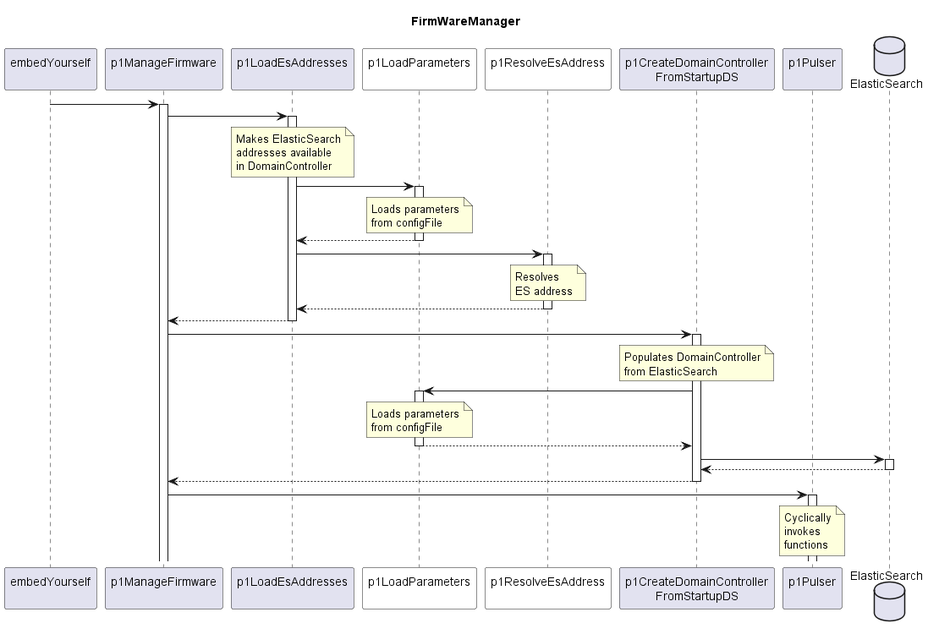
Before: spec/diagrams/hl_sequence.png, a diagram exported from PlantUML (openBackhaul/FirmWareManager).
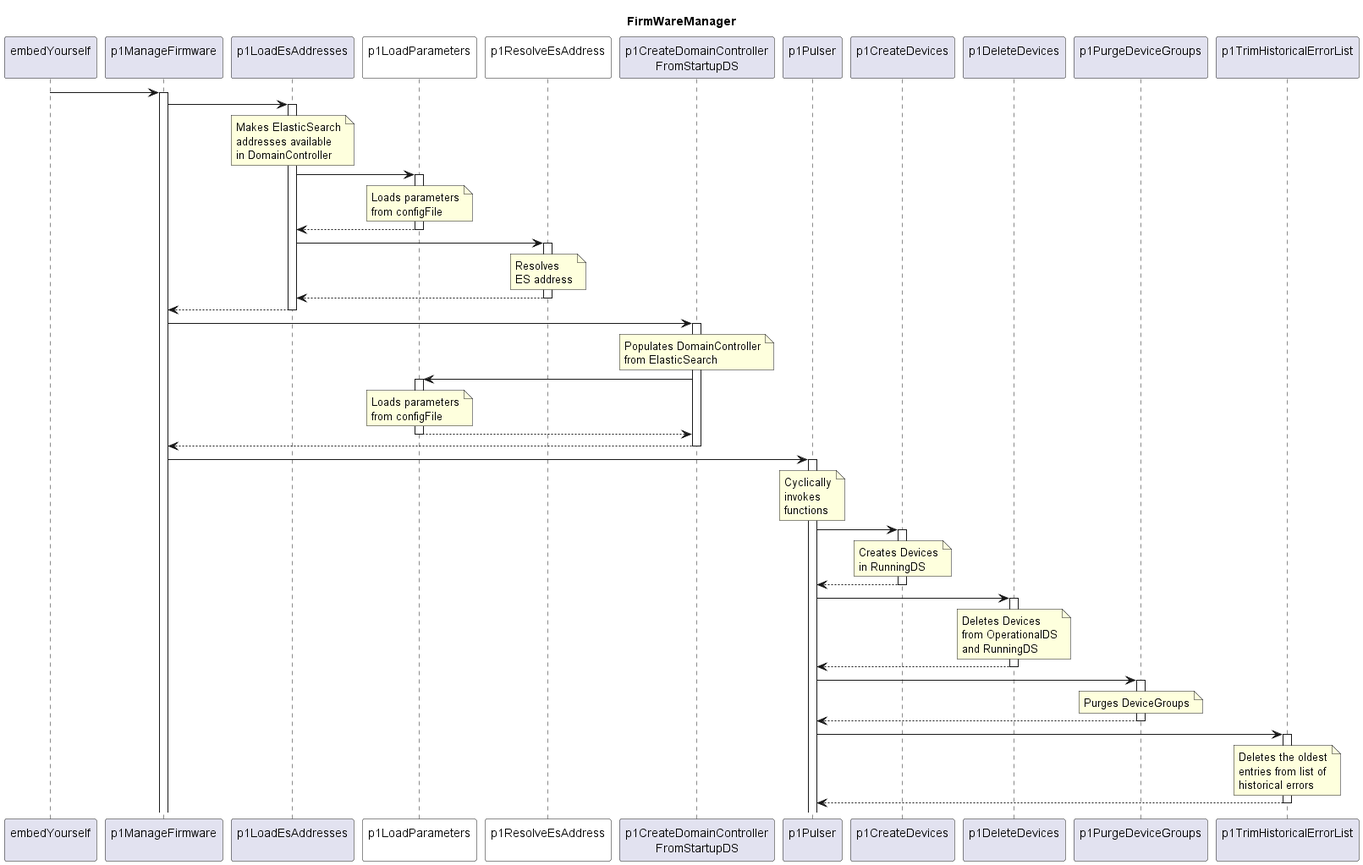
Later version of the same file.

Change to the diagram source:
```diff
@@ -12,7 +12,10 @@
 participant "p1ResolveEsAddress\n" as p1REA #White
 participant "p1CreateDomainController\nFromStartupDS" as p1CDCFS
 participant "p1Pulser\n" as p1Puls
-database "ElasticSearch" as FwmEs
+participant "p1CreateDevices\n" as p1CreDev
+participant "p1DeleteDevices\n" as p1DelDev
+participant "p1PurgeDeviceGroups\n" as p1PurDevGr
+participant "p1TrimHistoricalErrorList\n" as p1TrimErrors
 
 embed -> p1ManaFw
 activate p1ManaFw
@@ -57,10 +60,6 @@
       end note
     p1CDCFS <-- p1LP
     deactivate p1LP
-    p1CDCFS -> FwmEs
-    activate FwmEs
-    p1CDCFS <-- FwmEs
-    deactivate FwmEs
   p1ManaFw <-- p1CDCFS
   deactivate p1CDCFS
 
@@ -72,4 +71,41 @@
       functions
     end note
 
+      p1Puls -> p1CreDev
+      activate p1CreDev
+        note over p1CreDev
+          Creates Devices
+          in RunningDS
+        end note
+      p1Puls <-- p1CreDev
+      deactivate p1CreDev
+
+      p1Puls -> p1DelDev
+      activate p1DelDev
+        note over p1DelDev
+          Deletes Devices
+          from OperationalDS
+          and RunningDS
+        end note
+      p1Puls <-- p1DelDev
+      deactivate p1DelDev
+
+      p1Puls -> p1PurDevGr
+      activate p1PurDevGr
+        note over p1PurDevGr
+          Purges DeviceGroups
+        end note
+      p1Puls <-- p1PurDevGr
+      deactivate p1PurDevGr
+
+      p1Puls -> p1TrimErrors
+      activate p1TrimErrors
+        note over p1TrimErrors
+          Deletes the oldest
+          entries from list of
+          historical errors
+        end note
+      p1Puls <-- p1TrimErrors
+      deactivate p1TrimErrors
+
 @enduml
```
